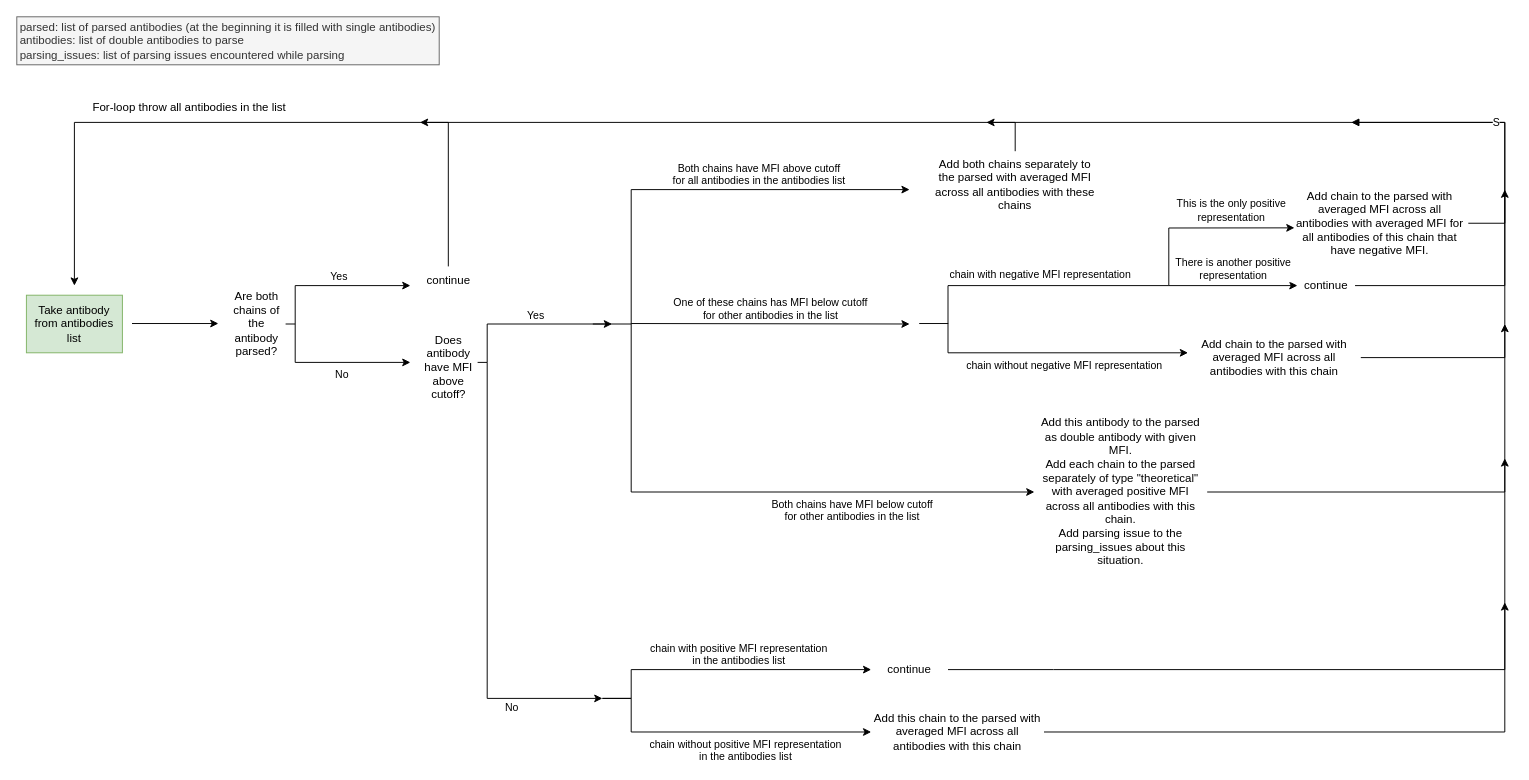
The draw.io diagram documentation/double_antibodies_parsing/double_antibodies_parsing_algorithm.drawio.xml in mild-blue/txmatching, before the edit. Source tidied: cells renumbered, new cells numbered last; positions are measured from the earlier drawing's top-left corner, leaving out a move shared by most shapes. Both pictures are drawn from the tidied source at 96%, with x=0, y=0 at pixel (16, 16).
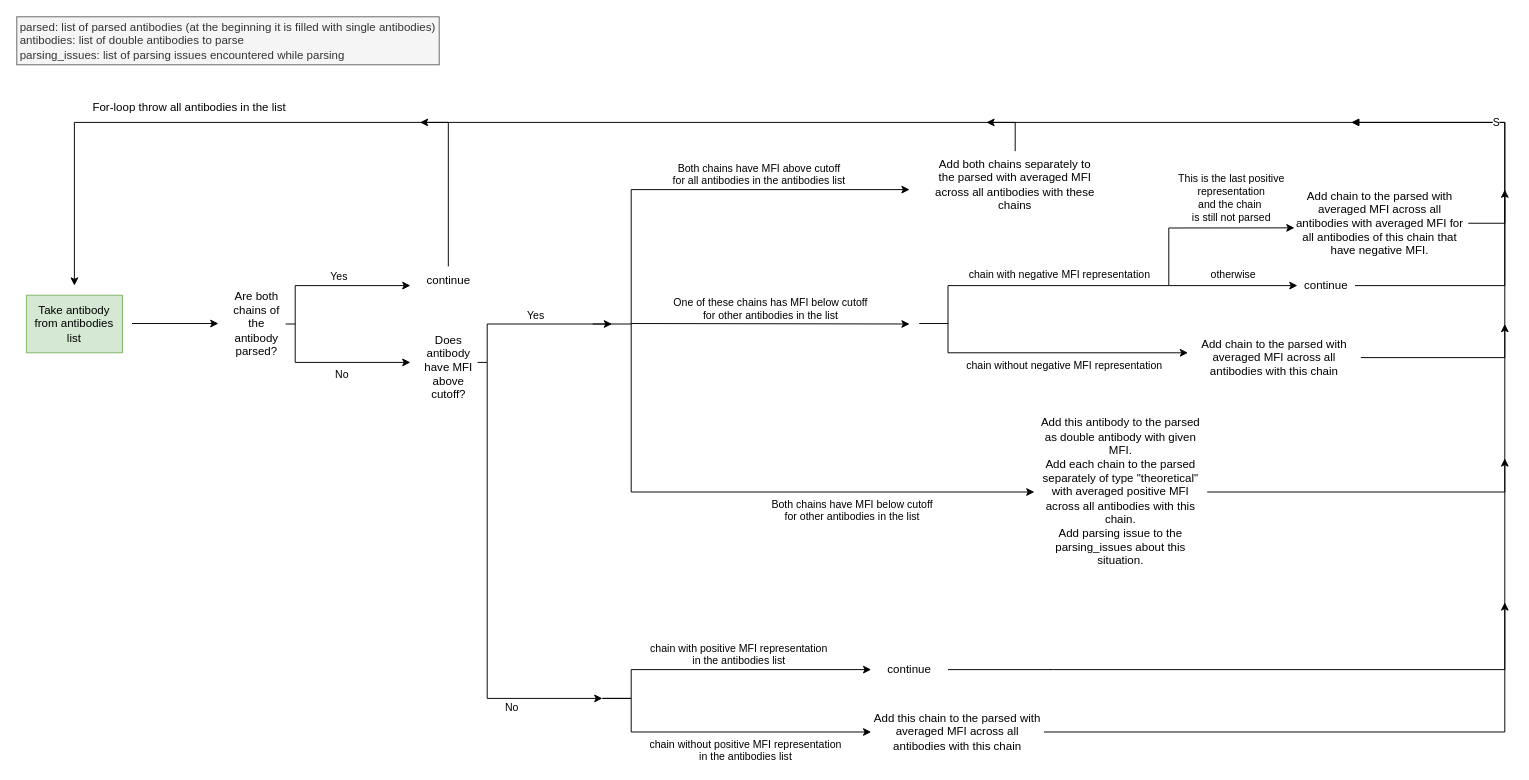
Above is the later version.

Commit message (it also covers changes not shown here):
Fix double antibodies parsing (#1275)

Unchanged cells that the change refers to:
```xml
<mxCell id="34" style="endArrow=classic;html=1;rounded=0;entryX=0.005;entryY=0.597;entryDx=0;entryDy=0;entryPerimeter=0;" parent="1" edge="1" target="22">
  <mxGeometry relative="1" as="geometry">
    <mxPoint x="1200" y="280" as="sourcePoint" />
    <Array as="points">
      <mxPoint x="1200" y="220" />
    </Array>
  </mxGeometry>
</mxCell>
```

The edit, as a diff of the source:
```diff
@@
     <mxCell id="33" value="&lt;span style=&quot;color: rgb(0, 0, 0); font-family: Helvetica; font-size: 11px; font-style: normal; font-variant-ligatures: normal; font-variant-caps: normal; font-weight: 400; letter-spacing: normal; orphans: 2; text-align: center; text-indent: 0px; text-transform: none; widows: 2; word-spacing: 0px; -webkit-text-stroke-width: 0px; background-color: rgb(255, 255, 255); text-decoration-thickness: initial; text-decoration-style: initial; text-decoration-color: initial; float: none; display: inline !important;&quot;&gt;chain with negative MFI representation&lt;/span&gt;" style="text;whiteSpace=wrap;html=1;" parent="1" vertex="1">
-      <mxGeometry x="970" y="255" width="220" height="40" as="geometry" />
+      <mxGeometry x="990" y="255" width="220" height="40" as="geometry" />
     </mxCell>
@@
-    <mxCell id="35" value="This is the only positive&lt;br&gt;representation" style="edgeLabel;html=1;align=center;verticalAlign=middle;" parent="34" vertex="1">
+    <mxCell id="35" value="This is the last positive&lt;br&gt;representation&lt;div&gt;and the chain&amp;nbsp;&lt;/div&gt;&lt;div&gt;is still not parsed&lt;/div&gt;" style="edgeLabel;html=1;align=center;verticalAlign=middle;" parent="34" vertex="1">
       <mxGeometry x="-0.04" y="1" relative="1" as="geometry">
-        <mxPoint x="33" y="-17" as="offset" />
+        <mxPoint x="33" y="-30" as="offset" />
       </mxGeometry>
     </mxCell>
@@
-    <mxCell id="37" value="There is another positive&lt;br&gt;representation" style="edgeLabel;html=1;align=center;verticalAlign=middle;" parent="1" vertex="1">
-      <mxGeometry x="1266" y="262" as="geometry" />
+    <mxCell id="37" value="otherwise" style="edgeLabel;html=1;align=center;verticalAlign=middle;" parent="1" vertex="1">
+      <mxGeometry x="1266" y="268" as="geometry" />
     </mxCell>
```
